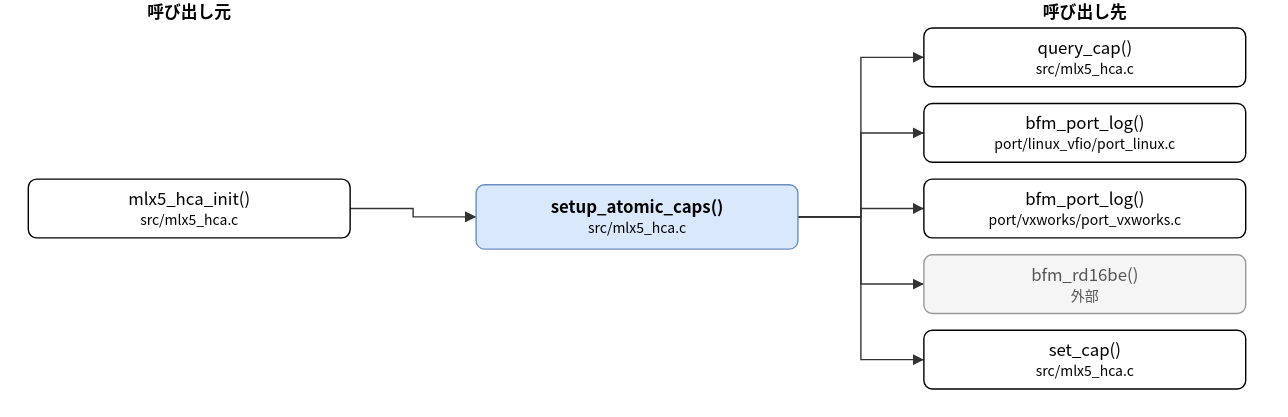
The draw.io diagram doc/spec/images/call_src_mlx5_hca__setup_atomic_caps.drawio.svg in hf355051012-ai/bfmem, before a commit. Source tidied: cells renumbered, new cells last; positions are measured from the earlier drawing's top-left corner, leaving out a move shared by most shapes.
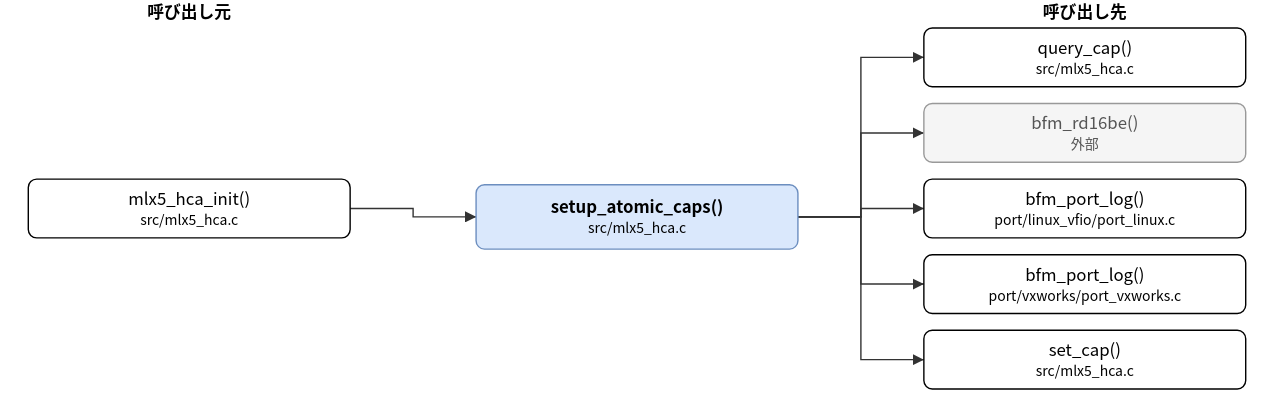
After the commit.

The edit, as a diff of the source:
```diff
@@ -11,13 +11,13 @@
     <mxCell id="4" value="query_cap()&lt;br&gt;&lt;font style=&quot;font-size:10px&quot;&gt;src/mlx5_hca.c&lt;/font&gt;" style="rounded=1;whiteSpace=wrap;html=1;" parent="1" vertex="1">
       <mxGeometry x="640" y="20" width="230" height="42" as="geometry" />
     </mxCell>
-    <mxCell id="5" value="bfm_port_log()&lt;br&gt;&lt;font style=&quot;font-size:10px&quot;&gt;port/linux_vfio/port_linux.c&lt;/font&gt;" style="rounded=1;whiteSpace=wrap;html=1;" parent="1" vertex="1">
+    <mxCell id="5" value="bfm_rd16be()&lt;br&gt;&lt;font style=&quot;font-size:10px&quot;&gt;外部&lt;/font&gt;" style="rounded=1;whiteSpace=wrap;html=1;fillColor=#f5f5f5;strokeColor=#999999;fontColor=#555555;" parent="1" vertex="1">
       <mxGeometry x="640" y="74" width="230" height="42" as="geometry" />
     </mxCell>
-    <mxCell id="6" value="bfm_port_log()&lt;br&gt;&lt;font style=&quot;font-size:10px&quot;&gt;port/vxworks/port_vxworks.c&lt;/font&gt;" style="rounded=1;whiteSpace=wrap;html=1;" parent="1" vertex="1">
+    <mxCell id="6" value="bfm_port_log()&lt;br&gt;&lt;font style=&quot;font-size:10px&quot;&gt;port/linux_vfio/port_linux.c&lt;/font&gt;" style="rounded=1;whiteSpace=wrap;html=1;" parent="1" vertex="1">
       <mxGeometry x="640" y="128" width="230" height="42" as="geometry" />
     </mxCell>
-    <mxCell id="7" value="bfm_rd16be()&lt;br&gt;&lt;font style=&quot;font-size:10px&quot;&gt;外部&lt;/font&gt;" style="rounded=1;whiteSpace=wrap;html=1;fillColor=#f5f5f5;strokeColor=#999999;fontColor=#555555;" parent="1" vertex="1">
+    <mxCell id="7" value="bfm_port_log()&lt;br&gt;&lt;font style=&quot;font-size:10px&quot;&gt;port/vxworks/port_vxworks.c&lt;/font&gt;" style="rounded=1;whiteSpace=wrap;html=1;" parent="1" vertex="1">
       <mxGeometry x="640" y="182" width="230" height="42" as="geometry" />
     </mxCell>
     <mxCell id="8" value="set_cap()&lt;br&gt;&lt;font style=&quot;font-size:10px&quot;&gt;src/mlx5_hca.c&lt;/font&gt;" style="rounded=1;whiteSpace=wrap;html=1;" parent="1" vertex="1">
```
